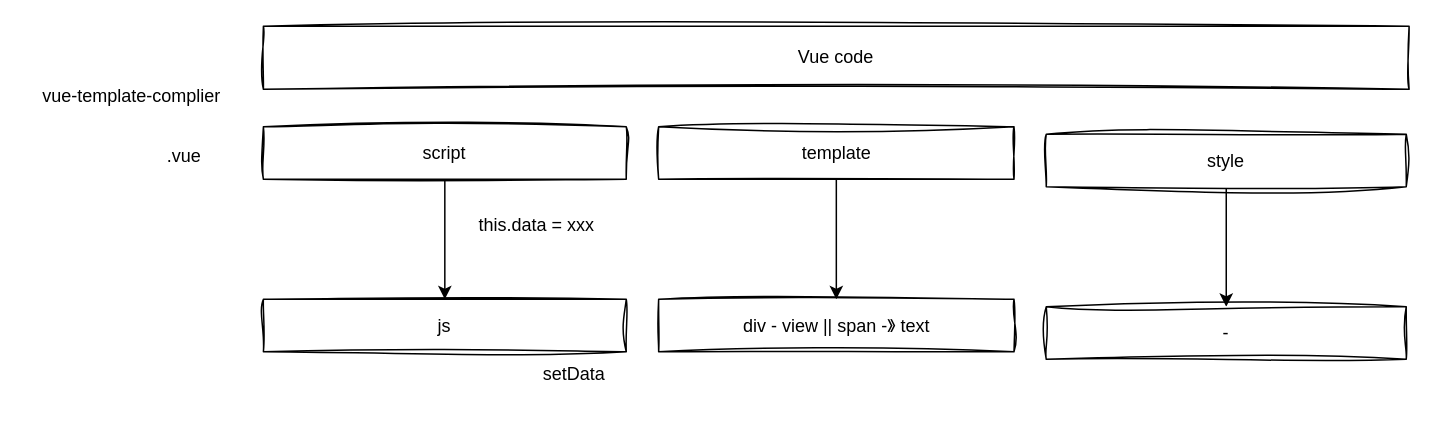
The draw.io diagram page ".vue 到 wxml / wxss 是怎么转换的？" (21 of 23) of formal_lessons/imgs/【爪哇教育】web304.drawio in djsz3y/zhaowa-study-notes, before the edit. Source tidied: cells renumbered, new cells numbered last; positions are measured from the earlier drawing's top-left corner, leaving out a move shared by most shapes. Both pictures are drawn from the tidied source at 150%, with x=0, y=0 at pixel (26, 26).
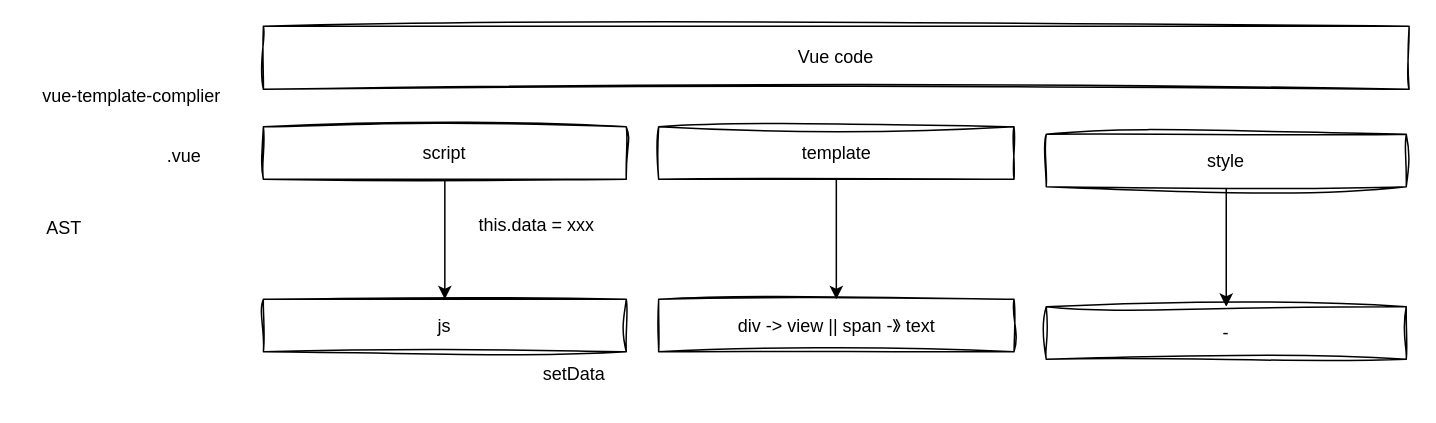
Above is the later version.

What changed in the source:
```diff
@@
 <mxGraphModel>
   <root>
     <mxCell id="0" />
     <mxCell id="1" parent="0" />
     <mxCell id="2" value="Vue code" style="rounded=0;whiteSpace=wrap;html=1;sketch=1;curveFitting=1;jiggle=2;" parent="1" vertex="1">
       <mxGeometry x="158.1" width="763.8" height="42" as="geometry" />
     </mxCell>
     <mxCell id="3" style="edgeStyle=orthogonalEdgeStyle;rounded=0;jettySize=auto;html=1;" parent="1" edge="1" source="4" target="14">
       <mxGeometry relative="1" as="geometry" />
     </mxCell>
     <mxCell id="4" value="template" style="rounded=0;whiteSpace=wrap;html=1;sketch=1;curveFitting=1;jiggle=2;" parent="1" vertex="1">
       <mxGeometry x="421.6" y="67" width="236.9" height="35" as="geometry" />
     </mxCell>
     <mxCell id="5" value=".vue" style="text;html=1;align=center;verticalAlign=middle;strokeColor=none;fillColor=none;" parent="1" vertex="1">
       <mxGeometry x="80" y="72" width="50" height="30" as="geometry" />
     </mxCell>
     <mxCell id="6" style="edgeStyle=orthogonalEdgeStyle;rounded=0;jettySize=auto;html=1;" parent="1" edge="1" source="7" target="11">
       <mxGeometry relative="1" as="geometry" />
     </mxCell>
     <mxCell id="7" value="script" style="rounded=0;whiteSpace=wrap;html=1;sketch=1;curveFitting=1;jiggle=2;" parent="1" vertex="1">
       <mxGeometry x="158.1" y="67" width="241.9" height="35" as="geometry" />
     </mxCell>
     <mxCell id="8" style="edgeStyle=orthogonalEdgeStyle;rounded=0;jettySize=auto;html=1;" parent="1" edge="1" source="9" target="15">
       <mxGeometry relative="1" as="geometry" />
     </mxCell>
     <mxCell id="9" value="style" style="rounded=0;whiteSpace=wrap;html=1;sketch=1;curveFitting=1;jiggle=2;" parent="1" vertex="1">
       <mxGeometry x="680" y="72" width="240" height="35" as="geometry" />
     </mxCell>
     <mxCell id="10" value="vue-template-complier" style="text;html=1;align=center;verticalAlign=middle;strokeColor=none;fillColor=none;" parent="1" vertex="1">
       <mxGeometry y="32" width="140" height="30" as="geometry" />
     </mxCell>
     <mxCell id="11" value="js&lt;br&gt;" style="rounded=0;whiteSpace=wrap;html=1;sketch=1;curveFitting=1;jiggle=2;" parent="1" vertex="1">
       <mxGeometry x="158.1" y="182" width="241.9" height="35" as="geometry" />
     </mxCell>
     <mxCell id="12" value="setData" style="text;html=1;align=center;verticalAlign=middle;strokeColor=none;fillColor=none;" parent="1" vertex="1">
       <mxGeometry x="335" y="217" width="60" height="30" as="geometry" />
     </mxCell>
     <mxCell id="13" value="this.data = xxx" style="text;html=1;align=center;verticalAlign=middle;strokeColor=none;fillColor=none;" parent="1" vertex="1">
       <mxGeometry x="290" y="118" width="100" height="30" as="geometry" />
     </mxCell>
-    <mxCell id="14" value="div - view || span -》 text" style="rounded=0;whiteSpace=wrap;html=1;sketch=1;curveFitting=1;jiggle=2;" parent="1" vertex="1">
+    <mxCell id="14" value="div -&amp;gt; view || span -》 text" style="rounded=0;whiteSpace=wrap;html=1;sketch=1;curveFitting=1;jiggle=2;" parent="1" vertex="1">
       <mxGeometry x="421.6" y="182" width="236.9" height="35" as="geometry" />
     </mxCell>
     <mxCell id="15" value="-" style="rounded=0;whiteSpace=wrap;html=1;sketch=1;curveFitting=1;jiggle=2;" parent="1" vertex="1">
       <mxGeometry x="680" y="187" width="240" height="35" as="geometry" />
     </mxCell>
+    <mxCell id="16" value="AST" style="text;html=1;align=center;verticalAlign=middle;strokeColor=none;fillColor=none;" parent="1" vertex="1">
+      <mxGeometry y="120" width="50" height="30" as="geometry" />
+    </mxCell>
   </root>
 </mxGraphModel>
```
